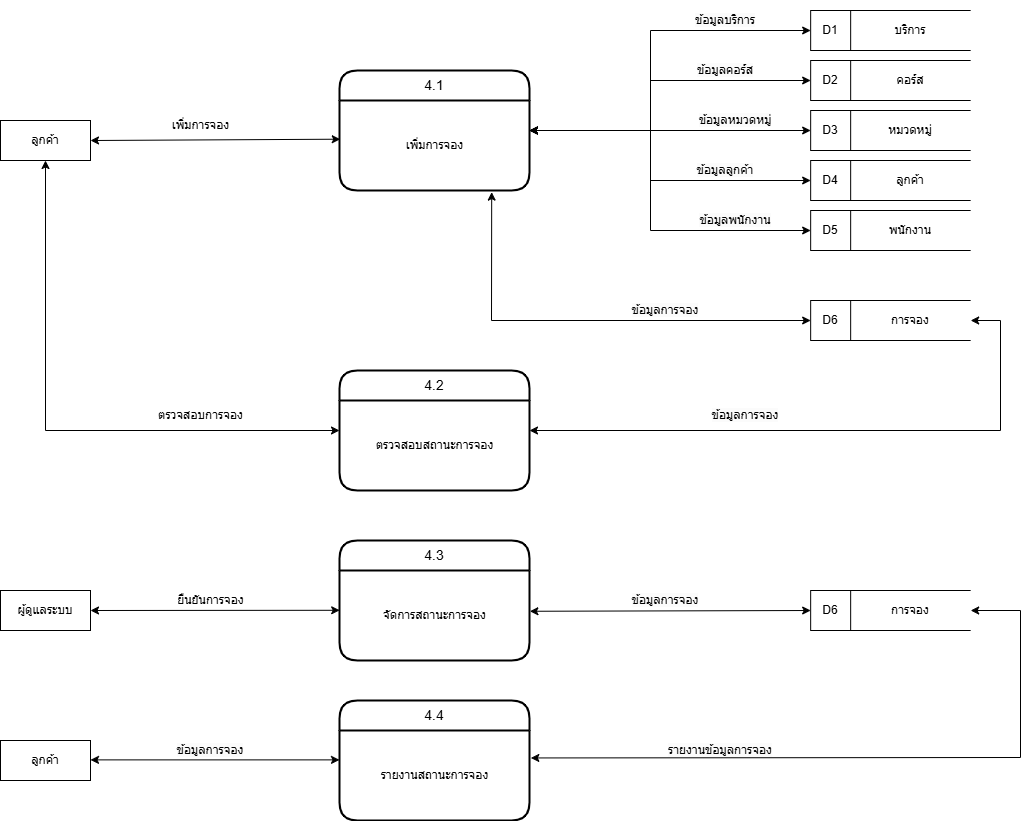
Above: docx/diagrams/dataflow-lvl1-4.drawio.png in MrLuciana/devaree_project (draw.io), before the change. Source tidied: cells renumbered, new cells last; positions are measured from the earlier drawing's top-left corner, leaving out a move shared by most shapes.
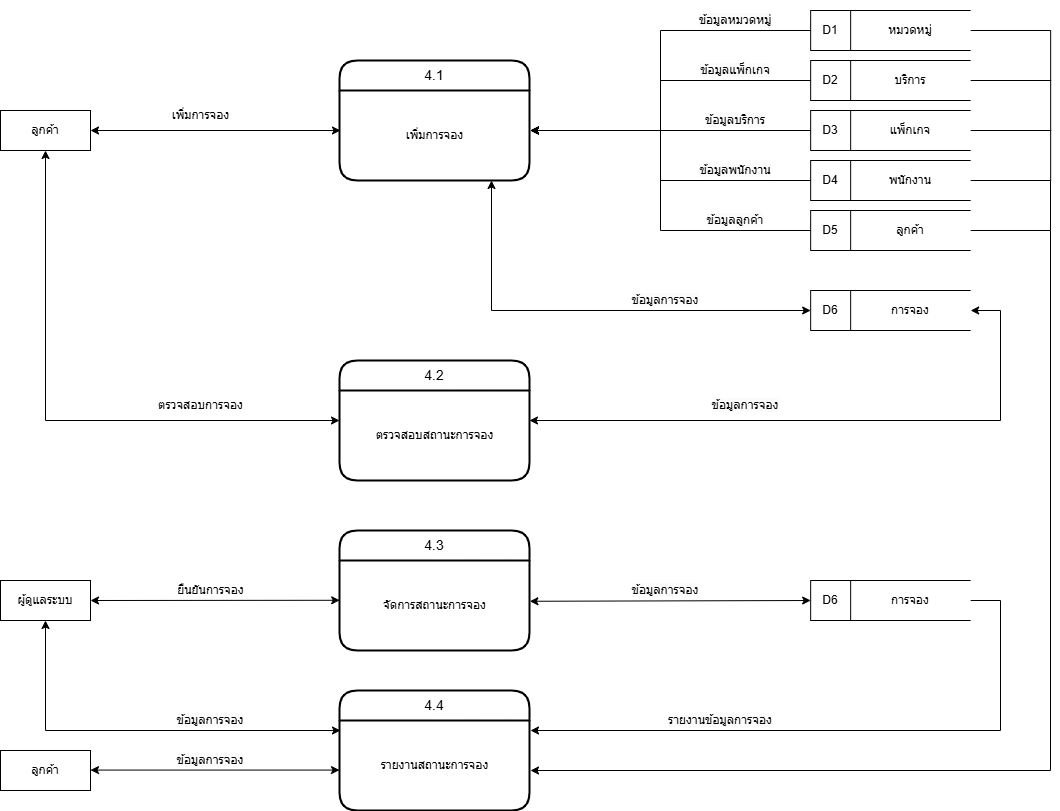
The same file after the commit.

Diff of the diagram source:
```diff
@@ -25,25 +25,25 @@
     </mxCell>
+    <mxCell id="13" value="หมวดหมู่" style="shape=partialRectangle;whiteSpace=wrap;html=1;left=0;right=0;fillColor=none;" parent="1" vertex="1">
+      <mxGeometry x="850.2" y="20" width="120" height="40" as="geometry" />
+    </mxCell>
+    <mxCell id="10" value="D1" style="rounded=0;whiteSpace=wrap;html=1;" parent="1" vertex="1">
+      <mxGeometry x="810.2" y="20" width="40" height="40" as="geometry" />
+    </mxCell>
     <mxCell id="9" value="บริการ" style="shape=partialRectangle;whiteSpace=wrap;html=1;left=0;right=0;fillColor=none;" parent="1" vertex="1">
-      <mxGeometry x="850.2" y="10" width="120" height="40" as="geometry" />
+      <mxGeometry x="850.2" y="70" width="120" height="40" as="geometry" />
     </mxCell>
-    <mxCell id="10" value="D1" style="rounded=0;whiteSpace=wrap;html=1;" parent="1" vertex="1">
-      <mxGeometry x="810.2" y="10" width="40" height="40" as="geometry" />
-    </mxCell>
-    <mxCell id="11" value="คอร์ส" style="shape=partialRectangle;whiteSpace=wrap;html=1;left=0;right=0;fillColor=none;" parent="1" vertex="1">
-      <mxGeometry x="850.2" y="60" width="120" height="40" as="geometry" />
-    </mxCell>
     <mxCell id="12" value="D2" style="rounded=0;whiteSpace=wrap;html=1;" parent="1" vertex="1">
-      <mxGeometry x="810.2" y="60" width="40" height="40" as="geometry" />
+      <mxGeometry x="810.2" y="70" width="40" height="40" as="geometry" />
     </mxCell>
-    <mxCell id="13" value="หมวดหมู่" style="shape=partialRectangle;whiteSpace=wrap;html=1;left=0;right=0;fillColor=none;" parent="1" vertex="1">
-      <mxGeometry x="850.2" y="110" width="120" height="40" as="geometry" />
-    </mxCell>
+    <mxCell id="53" value="แพ็กเกจ" style="shape=partialRectangle;whiteSpace=wrap;html=1;left=0;right=0;fillColor=none;" parent="1" vertex="1">
+      <mxGeometry x="850.2" y="120" width="120" height="40" as="geometry" />
+    </mxCell>
     <mxCell id="14" value="D3" style="rounded=0;whiteSpace=wrap;html=1;" parent="1" vertex="1">
-      <mxGeometry x="810.2" y="110" width="40" height="40" as="geometry" />
+      <mxGeometry x="810.2" y="120" width="40" height="40" as="geometry" />
     </mxCell>
-    <mxCell id="15" value="ลูกค้า" style="shape=partialRectangle;whiteSpace=wrap;html=1;left=0;right=0;fillColor=none;" parent="1" vertex="1">
-      <mxGeometry x="850.2" y="160" width="120" height="40" as="geometry" />
-    </mxCell>
+    <mxCell id="19" value="พนักงาน" style="shape=partialRectangle;whiteSpace=wrap;html=1;left=0;right=0;fillColor=none;" parent="1" vertex="1">
+      <mxGeometry x="850.2" y="170" width="120" height="40" as="geometry" />
+    </mxCell>
     <mxCell id="16" value="D4" style="rounded=0;whiteSpace=wrap;html=1;" parent="1" vertex="1">
-      <mxGeometry x="810.2" y="160" width="40" height="40" as="geometry" />
+      <mxGeometry x="810.2" y="170" width="40" height="40" as="geometry" />
     </mxCell>
@@ -55,11 +55,13 @@
     </mxCell>
-    <mxCell id="19" value="พนักงาน" style="shape=partialRectangle;whiteSpace=wrap;html=1;left=0;right=0;fillColor=none;" parent="1" vertex="1">
-      <mxGeometry x="850.2" y="210" width="120" height="40" as="geometry" />
-    </mxCell>
+    <mxCell id="15" value="ลูกค้า" style="shape=partialRectangle;whiteSpace=wrap;html=1;left=0;right=0;fillColor=none;" parent="1" vertex="1">
+      <mxGeometry x="850.2" y="220" width="120" height="40" as="geometry" />
+    </mxCell>
     <mxCell id="20" value="D5" style="rounded=0;whiteSpace=wrap;html=1;" parent="1" vertex="1">
-      <mxGeometry x="810.2" y="210" width="40" height="40" as="geometry" />
+      <mxGeometry x="810.2" y="220" width="40" height="40" as="geometry" />
     </mxCell>
-    <mxCell id="21" style="endArrow=classic;startArrow=classic;html=1;rounded=0;exitX=1;exitY=0.5;exitDx=0;exitDy=0;entryX=0.004;entryY=0.43;entryDx=0;entryDy=0;entryPerimeter=0;" parent="1" edge="1" source="2" target="4">
-      <mxGeometry relative="1" as="geometry" />
-    </mxCell>
+    <mxCell id="54" style="endArrow=classic;startArrow=classic;html=1;rounded=0;exitX=1;exitY=0.5;exitDx=0;exitDy=0;" parent="1" edge="1" source="2">
+      <mxGeometry relative="1" as="geometry">
+        <mxPoint x="340" y="140" as="targetPoint" />
+      </mxGeometry>
+    </mxCell>
     <mxCell id="22" value="เพิ่มการจอง" style="text;html=1;align=center;verticalAlign=middle;strokeColor=none;fillColor=none;" parent="1" vertex="1">
@@ -67,55 +69,21 @@
     </mxCell>
-    <mxCell id="23" style="endArrow=classic;startArrow=classic;html=1;rounded=0;entryX=0;entryY=0.5;entryDx=0;entryDy=0;exitX=1;exitY=0.5;exitDx=0;exitDy=0;" parent="1" edge="1" source="3" target="10">
-      <mxGeometry relative="1" as="geometry">
-        <Array as="points">
-          <mxPoint x="650" y="130" />
-          <mxPoint x="650" y="30" />
-        </Array>
-      </mxGeometry>
-    </mxCell>
-    <mxCell id="24" style="endArrow=classic;startArrow=classic;html=1;rounded=0;entryX=0;entryY=0.5;entryDx=0;entryDy=0;exitX=1;exitY=0.5;exitDx=0;exitDy=0;" parent="1" edge="1" source="3" target="12">
-      <mxGeometry relative="1" as="geometry">
-        <Array as="points">
-          <mxPoint x="650" y="130" />
-          <mxPoint x="650" y="80" />
-        </Array>
-      </mxGeometry>
-    </mxCell>
-    <mxCell id="25" style="endArrow=classic;startArrow=classic;html=1;rounded=0;entryX=0;entryY=0.5;entryDx=0;entryDy=0;exitX=1;exitY=0.5;exitDx=0;exitDy=0;" parent="1" edge="1" source="3" target="14">
-      <mxGeometry relative="1" as="geometry" />
-    </mxCell>
-    <mxCell id="26" style="endArrow=classic;startArrow=classic;html=1;rounded=0;entryX=0;entryY=0.5;entryDx=0;entryDy=0;exitX=1;exitY=0.5;exitDx=0;exitDy=0;" parent="1" edge="1" source="3" target="16">
-      <mxGeometry relative="1" as="geometry">
-        <Array as="points">
-          <mxPoint x="650" y="130" />
-          <mxPoint x="650" y="180" />
-        </Array>
-      </mxGeometry>
-    </mxCell>
-    <mxCell id="27" style="endArrow=classic;startArrow=classic;html=1;rounded=0;entryX=0;entryY=0.5;entryDx=0;entryDy=0;exitX=1;exitY=0.5;exitDx=0;exitDy=0;" parent="1" edge="1" source="3" target="20">
-      <mxGeometry relative="1" as="geometry">
-        <Array as="points">
-          <mxPoint x="650" y="130" />
-          <mxPoint x="650" y="230" />
-        </Array>
-      </mxGeometry>
-    </mxCell>
-    <mxCell id="28" style="endArrow=classic;startArrow=classic;html=1;rounded=0;entryX=0;entryY=0.5;entryDx=0;entryDy=0;exitX=0.801;exitY=1.018;exitDx=0;exitDy=0;exitPerimeter=0;" parent="1" edge="1" source="4" target="18">
-      <mxGeometry relative="1" as="geometry">
-        <Array as="points">
-          <mxPoint x="491" y="320" />
-        </Array>
-      </mxGeometry>
-    </mxCell>
+    <mxCell id="55" style="endArrow=classic;startArrow=classic;html=1;rounded=0;entryX=0;entryY=0.5;entryDx=0;entryDy=0;" parent="1" edge="1" target="18">
+      <mxGeometry relative="1" as="geometry">
+        <mxPoint x="491" y="190" as="sourcePoint" />
+        <Array as="points">
+          <mxPoint x="491" y="320" />
+        </Array>
+      </mxGeometry>
+    </mxCell>
     <mxCell id="29" value="&lt;span style=&quot;color: rgb(0, 0, 0); font-family: Helvetica; font-size: 12px; font-style: normal; font-variant-ligatures: normal; font-variant-caps: normal; font-weight: 400; letter-spacing: normal; orphans: 2; text-indent: 0px; text-transform: none; widows: 2; word-spacing: 0px; -webkit-text-stroke-width: 0px; white-space: normal; background-color: rgb(251, 251, 251); text-decoration-thickness: initial; text-decoration-style: initial; text-decoration-color: initial; float: none; display: inline !important;&quot;&gt;ข้อมูลบริการ&lt;/span&gt;" style="text;whiteSpace=wrap;html=1;verticalAlign=middle;align=center;" parent="1" vertex="1">
-      <mxGeometry x="680" width="90" height="40" as="geometry" />
+      <mxGeometry x="690" y="110" width="90" height="40" as="geometry" />
     </mxCell>
-    <mxCell id="30" value="&lt;span style=&quot;color: rgb(0, 0, 0); font-family: Helvetica; font-size: 12px; font-style: normal; font-variant-ligatures: normal; font-variant-caps: normal; font-weight: 400; letter-spacing: normal; orphans: 2; text-indent: 0px; text-transform: none; widows: 2; word-spacing: 0px; -webkit-text-stroke-width: 0px; white-space: normal; background-color: rgb(251, 251, 251); text-decoration-thickness: initial; text-decoration-style: initial; text-decoration-color: initial; float: none; display: inline !important;&quot;&gt;ข้อมูลคอร์ส&lt;/span&gt;" style="text;whiteSpace=wrap;html=1;verticalAlign=middle;align=center;" parent="1" vertex="1">
-      <mxGeometry x="680" y="50" width="90" height="40" as="geometry" />
-    </mxCell>
+    <mxCell id="56" value="&lt;span style=&quot;color: rgb(0, 0, 0); font-family: Helvetica; font-size: 12px; font-style: normal; font-variant-ligatures: normal; font-variant-caps: normal; font-weight: 400; letter-spacing: normal; orphans: 2; text-indent: 0px; text-transform: none; widows: 2; word-spacing: 0px; -webkit-text-stroke-width: 0px; white-space: normal; background-color: rgb(251, 251, 251); text-decoration-thickness: initial; text-decoration-style: initial; text-decoration-color: initial; float: none; display: inline !important;&quot;&gt;ข้อมูลแพ็กเกจ&lt;/span&gt;" style="text;whiteSpace=wrap;html=1;verticalAlign=middle;align=center;" parent="1" vertex="1">
+      <mxGeometry x="690" y="60" width="90" height="40" as="geometry" />
+    </mxCell>
     <mxCell id="31" value="&lt;span style=&quot;color: rgb(0, 0, 0); font-family: Helvetica; font-size: 12px; font-style: normal; font-variant-ligatures: normal; font-variant-caps: normal; font-weight: 400; letter-spacing: normal; orphans: 2; text-indent: 0px; text-transform: none; widows: 2; word-spacing: 0px; -webkit-text-stroke-width: 0px; white-space: normal; background-color: rgb(251, 251, 251); text-decoration-thickness: initial; text-decoration-style: initial; text-decoration-color: initial; float: none; display: inline !important;&quot;&gt;ข้อมูลหมวดหมู่&lt;/span&gt;" style="text;whiteSpace=wrap;html=1;verticalAlign=middle;align=center;" parent="1" vertex="1">
-      <mxGeometry x="690" y="100" width="90" height="40" as="geometry" />
+      <mxGeometry x="690" y="10" width="90" height="40" as="geometry" />
     </mxCell>
     <mxCell id="32" value="&lt;span style=&quot;color: rgb(0, 0, 0); font-family: Helvetica; font-size: 12px; font-style: normal; font-variant-ligatures: normal; font-variant-caps: normal; font-weight: 400; letter-spacing: normal; orphans: 2; text-indent: 0px; text-transform: none; widows: 2; word-spacing: 0px; -webkit-text-stroke-width: 0px; white-space: normal; background-color: rgb(251, 251, 251); text-decoration-thickness: initial; text-decoration-style: initial; text-decoration-color: initial; float: none; display: inline !important;&quot;&gt;ข้อมูลลูกค้า&lt;/span&gt;" style="text;whiteSpace=wrap;html=1;verticalAlign=middle;align=center;" parent="1" vertex="1">
-      <mxGeometry x="680" y="150" width="90" height="40" as="geometry" />
+      <mxGeometry x="690" y="210" width="90" height="40" as="geometry" />
     </mxCell>
@@ -125,3 +93,3 @@
     <mxCell id="34" value="&lt;span style=&quot;color: rgb(0, 0, 0); font-family: Helvetica; font-size: 12px; font-style: normal; font-variant-ligatures: normal; font-variant-caps: normal; font-weight: 400; letter-spacing: normal; orphans: 2; text-indent: 0px; text-transform: none; widows: 2; word-spacing: 0px; -webkit-text-stroke-width: 0px; white-space: normal; background-color: rgb(251, 251, 251); text-decoration-thickness: initial; text-decoration-style: initial; text-decoration-color: initial; float: none; display: inline !important;&quot;&gt;ข้อมูลพนักงาน&lt;/span&gt;" style="text;whiteSpace=wrap;html=1;verticalAlign=middle;align=center;" parent="1" vertex="1">
-      <mxGeometry x="690" y="200" width="90" height="40" as="geometry" />
+      <mxGeometry x="690" y="160" width="90" height="40" as="geometry" />
     </mxCell>
@@ -176,24 +144,121 @@
     <mxCell id="48" value="ลูกค้า" style="rounded=0;whiteSpace=wrap;html=1;" parent="1" vertex="1">
-      <mxGeometry y="740" width="90" height="40" as="geometry" />
+      <mxGeometry y="760" width="90" height="40" as="geometry" />
     </mxCell>
-    <mxCell id="49" style="endArrow=classic;startArrow=classic;html=1;rounded=0;exitX=1;exitY=0.5;exitDx=0;exitDy=0;entryX=0.001;entryY=0.442;entryDx=0;entryDy=0;entryPerimeter=0;" parent="1" edge="1">
-      <mxGeometry relative="1" as="geometry">
-        <mxPoint x="90" y="759.4" as="sourcePoint" />
-        <mxPoint x="339" y="759.4" as="targetPoint" />
-      </mxGeometry>
-    </mxCell>
-    <mxCell id="50" style="endArrow=classic;startArrow=classic;html=1;rounded=0;exitX=1.007;exitY=0.305;exitDx=0;exitDy=0;exitPerimeter=0;entryX=1;entryY=0.5;entryDx=0;entryDy=0;" parent="1" edge="1" source="47" target="42">
-      <mxGeometry relative="1" as="geometry">
-        <Array as="points">
-          <mxPoint x="1020" y="757" />
-          <mxPoint x="1020" y="610" />
-        </Array>
-      </mxGeometry>
-    </mxCell>
+    <mxCell id="57" style="endArrow=classic;startArrow=classic;html=1;rounded=0;exitX=1;exitY=0.5;exitDx=0;exitDy=0;entryX=0.001;entryY=0.442;entryDx=0;entryDy=0;entryPerimeter=0;" parent="1" edge="1">
+      <mxGeometry relative="1" as="geometry">
+        <mxPoint x="90" y="779.6" as="sourcePoint" />
+        <mxPoint x="339" y="779.6" as="targetPoint" />
+      </mxGeometry>
+    </mxCell>
     <mxCell id="51" value="&lt;span style=&quot;color: rgb(0, 0, 0); font-family: Helvetica; font-size: 12px; font-style: normal; font-variant-ligatures: normal; font-variant-caps: normal; font-weight: 400; letter-spacing: normal; orphans: 2; text-indent: 0px; text-transform: none; widows: 2; word-spacing: 0px; -webkit-text-stroke-width: 0px; white-space: normal; background-color: rgb(251, 251, 251); text-decoration-thickness: initial; text-decoration-style: initial; text-decoration-color: initial; float: none; display: inline !important;&quot;&gt;รายงานข้อมูลการจอง&lt;/span&gt;" style="text;whiteSpace=wrap;html=1;verticalAlign=middle;align=center;" parent="1" vertex="1">
-      <mxGeometry x="660" y="730" width="120" height="40" as="geometry" />
+      <mxGeometry x="660" y="710" width="120" height="40" as="geometry" />
     </mxCell>
-    <mxCell id="52" value="&lt;span style=&quot;color: rgb(0, 0, 0); font-family: Helvetica; font-size: 12px; font-style: normal; font-variant-ligatures: normal; font-variant-caps: normal; font-weight: 400; letter-spacing: normal; orphans: 2; text-indent: 0px; text-transform: none; widows: 2; word-spacing: 0px; -webkit-text-stroke-width: 0px; white-space: normal; background-color: rgb(251, 251, 251); text-decoration-thickness: initial; text-decoration-style: initial; text-decoration-color: initial; float: none; display: inline !important;&quot;&gt;ข้อมูลการจอง&lt;/span&gt;" style="text;whiteSpace=wrap;html=1;verticalAlign=middle;align=center;" parent="1" vertex="1">
-      <mxGeometry x="165" y="730" width="90" height="40" as="geometry" />
-    </mxCell>
+    <mxCell id="58" value="&lt;span style=&quot;color: rgb(0, 0, 0); font-family: Helvetica; font-size: 12px; font-style: normal; font-variant-ligatures: normal; font-variant-caps: normal; font-weight: 400; letter-spacing: normal; orphans: 2; text-indent: 0px; text-transform: none; widows: 2; word-spacing: 0px; -webkit-text-stroke-width: 0px; white-space: normal; background-color: rgb(251, 251, 251); text-decoration-thickness: initial; text-decoration-style: initial; text-decoration-color: initial; float: none; display: inline !important;&quot;&gt;ข้อมูลการจอง&lt;/span&gt;" style="text;whiteSpace=wrap;html=1;verticalAlign=middle;align=center;" parent="1" vertex="1">
+      <mxGeometry x="165" y="750" width="90" height="40" as="geometry" />
+    </mxCell>
+    <mxCell id="59" style="endArrow=classic;html=1;rounded=0;exitX=0;exitY=0.5;exitDx=0;exitDy=0;" parent="1" edge="1" source="10">
+      <mxGeometry relative="1" as="geometry">
+        <mxPoint x="530" y="140" as="targetPoint" />
+        <Array as="points">
+          <mxPoint x="660" y="40" />
+          <mxPoint x="660" y="140" />
+        </Array>
+      </mxGeometry>
+    </mxCell>
+    <mxCell id="60" style="endArrow=classic;html=1;rounded=0;exitX=0;exitY=0.5;exitDx=0;exitDy=0;" parent="1" edge="1" source="12">
+      <mxGeometry relative="1" as="geometry">
+        <mxPoint x="530" y="140" as="targetPoint" />
+        <Array as="points">
+          <mxPoint x="660" y="90" />
+          <mxPoint x="660" y="140" />
+        </Array>
+      </mxGeometry>
+    </mxCell>
+    <mxCell id="61" style="endArrow=classic;html=1;rounded=0;exitX=0;exitY=0.5;exitDx=0;exitDy=0;" parent="1" edge="1" source="14">
+      <mxGeometry relative="1" as="geometry">
+        <mxPoint x="530" y="140" as="targetPoint" />
+      </mxGeometry>
+    </mxCell>
+    <mxCell id="62" style="endArrow=classic;html=1;rounded=0;exitX=0;exitY=0.5;exitDx=0;exitDy=0;" parent="1" edge="1" source="16">
+      <mxGeometry relative="1" as="geometry">
+        <mxPoint x="530" y="140" as="targetPoint" />
+        <Array as="points">
+          <mxPoint x="660" y="190" />
+          <mxPoint x="660" y="140" />
+        </Array>
+      </mxGeometry>
+    </mxCell>
+    <mxCell id="63" style="endArrow=classic;html=1;rounded=0;exitX=0;exitY=0.5;exitDx=0;exitDy=0;" parent="1" edge="1" source="20">
+      <mxGeometry relative="1" as="geometry">
+        <mxPoint x="530" y="140" as="targetPoint" />
+        <Array as="points">
+          <mxPoint x="660" y="240" />
+          <mxPoint x="660" y="140" />
+        </Array>
+      </mxGeometry>
+    </mxCell>
+    <mxCell id="64" style="endArrow=classic;html=1;rounded=0;exitX=1;exitY=0.5;exitDx=0;exitDy=0;" parent="1" edge="1" source="42">
+      <mxGeometry relative="1" as="geometry">
+        <mxPoint x="530" y="740" as="targetPoint" />
+        <Array as="points">
+          <mxPoint x="1000" y="610" />
+          <mxPoint x="1000" y="740" />
+        </Array>
+      </mxGeometry>
+    </mxCell>
+    <mxCell id="65" style="endArrow=classic;startArrow=classic;html=1;rounded=0;entryX=0.5;entryY=1;entryDx=0;entryDy=0;" parent="1" edge="1" target="39">
+      <mxGeometry relative="1" as="geometry">
+        <mxPoint x="340" y="740" as="sourcePoint" />
+        <Array as="points">
+          <mxPoint x="45" y="740" />
+        </Array>
+      </mxGeometry>
+    </mxCell>
+    <mxCell id="66" value="&lt;span style=&quot;color: rgb(0, 0, 0); font-family: Helvetica; font-size: 12px; font-style: normal; font-variant-ligatures: normal; font-variant-caps: normal; font-weight: 400; letter-spacing: normal; orphans: 2; text-indent: 0px; text-transform: none; widows: 2; word-spacing: 0px; -webkit-text-stroke-width: 0px; white-space: normal; background-color: rgb(251, 251, 251); text-decoration-thickness: initial; text-decoration-style: initial; text-decoration-color: initial; float: none; display: inline !important;&quot;&gt;ข้อมูลการจอง&lt;/span&gt;" style="text;whiteSpace=wrap;html=1;verticalAlign=middle;align=center;" parent="1" vertex="1">
+      <mxGeometry x="165" y="710" width="90" height="40" as="geometry" />
+    </mxCell>
+    <mxCell id="67" style="endArrow=classic;html=1;rounded=0;exitX=1;exitY=0.5;exitDx=0;exitDy=0;" parent="1" edge="1" source="15">
+      <mxGeometry relative="1" as="geometry">
+        <mxPoint x="530" y="780" as="targetPoint" />
+        <Array as="points">
+          <mxPoint x="1050" y="240" />
+          <mxPoint x="1050" y="780" />
+        </Array>
+      </mxGeometry>
+    </mxCell>
+    <mxCell id="68" style="endArrow=none;html=1;rounded=0;exitX=1;exitY=0.5;exitDx=0;exitDy=0;" parent="1" edge="1" source="19">
+      <mxGeometry relative="1" as="geometry">
+        <mxPoint x="1050" y="240" as="targetPoint" />
+        <Array as="points">
+          <mxPoint x="1050" y="190" />
+        </Array>
+      </mxGeometry>
+    </mxCell>
+    <mxCell id="69" style="endArrow=none;html=1;rounded=0;exitX=1;exitY=0.5;exitDx=0;exitDy=0;" parent="1" edge="1">
+      <mxGeometry relative="1" as="geometry">
+        <mxPoint x="970.2" y="140" as="sourcePoint" />
+        <mxPoint x="1050.2" y="190" as="targetPoint" />
+        <Array as="points">
+          <mxPoint x="1050.2" y="140" />
+        </Array>
+      </mxGeometry>
+    </mxCell>
+    <mxCell id="70" style="endArrow=none;html=1;rounded=0;exitX=1;exitY=0.5;exitDx=0;exitDy=0;" parent="1" edge="1">
+      <mxGeometry relative="1" as="geometry">
+        <mxPoint x="970.2" y="90" as="sourcePoint" />
+        <mxPoint x="1050.2" y="140" as="targetPoint" />
+        <Array as="points">
+          <mxPoint x="1050.2" y="90" />
+        </Array>
+      </mxGeometry>
+    </mxCell>
+    <mxCell id="71" style="endArrow=none;html=1;rounded=0;exitX=1;exitY=0.5;exitDx=0;exitDy=0;" parent="1" edge="1">
+      <mxGeometry relative="1" as="geometry">
+        <mxPoint x="970.2" y="40" as="sourcePoint" />
+        <mxPoint x="1050.2" y="90" as="targetPoint" />
+        <Array as="points">
+          <mxPoint x="1050.2" y="40" />
+        </Array>
+      </mxGeometry>
+    </mxCell>
   </root>
```
